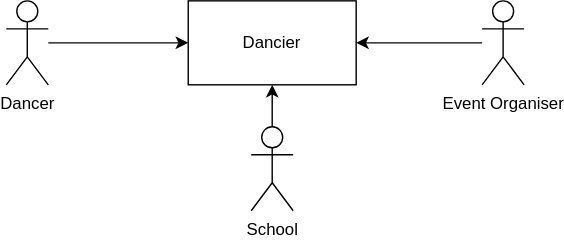
The draw.io diagram src/main/jbake/content/documentation/arc42/images/functional-context.drawio.svg in dancier/documentation, before a commit. Source tidied: cells renumbered, new cells last; positions are measured from the earlier drawing's top-left corner, leaving out a move shared by most shapes. Its diagram source:
```xml
<mxGraphModel>
  <root>
    <mxCell id="0" />
    <mxCell id="1" parent="0" />
    <mxCell id="2" value="Dancier" style="rounded=0;whiteSpace=wrap;html=1;" parent="1" vertex="1">
      <mxGeometry x="130" width="120" height="60" as="geometry" />
    </mxCell>
    <mxCell id="3" style="edgeStyle=orthogonalEdgeStyle;rounded=0;jettySize=auto;html=1;" parent="1" edge="1" source="4" target="2">
      <mxGeometry relative="1" as="geometry" />
    </mxCell>
    <mxCell id="4" value="Dancer&lt;br&gt;" style="shape=umlActor;verticalLabelPosition=bottom;verticalAlign=top;html=1;outlineConnect=0;" parent="1" vertex="1">
      <mxGeometry width="30" height="60" as="geometry" />
    </mxCell>
    <mxCell id="5" style="edgeStyle=orthogonalEdgeStyle;rounded=0;jettySize=auto;html=1;" parent="1" edge="1" source="6" target="2">
      <mxGeometry relative="1" as="geometry" />
    </mxCell>
    <mxCell id="6" value="School" style="shape=umlActor;verticalLabelPosition=bottom;verticalAlign=top;html=1;outlineConnect=0;" parent="1" vertex="1">
      <mxGeometry x="175" y="90" width="30" height="60" as="geometry" />
    </mxCell>
    <mxCell id="7" style="edgeStyle=orthogonalEdgeStyle;rounded=0;jettySize=auto;html=1;" parent="1" edge="1" source="8" target="2">
      <mxGeometry relative="1" as="geometry" />
    </mxCell>
    <mxCell id="8" value="Event Organiser" style="shape=umlActor;verticalLabelPosition=bottom;verticalAlign=top;html=1;outlineConnect=0;" parent="1" vertex="1">
      <mxGeometry x="340" width="30" height="60" as="geometry" />
    </mxCell>
  </root>
</mxGraphModel>
```
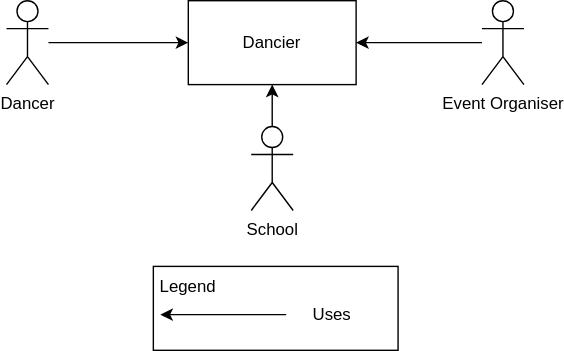
After the commit.

The edit, as a diff of the source:
```diff
@@ -23,5 +23,20 @@
     <mxCell id="8" value="Event Organiser" style="shape=umlActor;verticalLabelPosition=bottom;verticalAlign=top;html=1;outlineConnect=0;" parent="1" vertex="1">
       <mxGeometry x="340" width="30" height="60" as="geometry" />
     </mxCell>
+    <mxCell id="9" style="rounded=0;whiteSpace=wrap;html=1;" parent="1" vertex="1">
+      <mxGeometry x="105" y="190" width="175" height="60" as="geometry" />
+    </mxCell>
+    <mxCell id="10" value="Legend" style="text;html=1;strokeColor=none;fillColor=none;align=center;verticalAlign=middle;whiteSpace=wrap;rounded=0;" parent="1" vertex="1">
+      <mxGeometry x="100" y="190" width="60" height="30" as="geometry" />
+    </mxCell>
+    <mxCell id="11" value="Uses" style="text;html=1;strokeColor=none;fillColor=none;align=center;verticalAlign=middle;whiteSpace=wrap;rounded=0;" parent="1" vertex="1">
+      <mxGeometry x="202.5" y="210" width="60" height="30" as="geometry" />
+    </mxCell>
+    <mxCell id="12" style="edgeStyle=orthogonalEdgeStyle;rounded=0;orthogonalLoop=1;jettySize=auto;html=1;" parent="1" edge="1">
+      <mxGeometry relative="1" as="geometry">
+        <mxPoint x="200" y="224.5" as="sourcePoint" />
+        <mxPoint x="110" y="224.5" as="targetPoint" />
+      </mxGeometry>
+    </mxCell>
   </root>
 </mxGraphModel>
```
